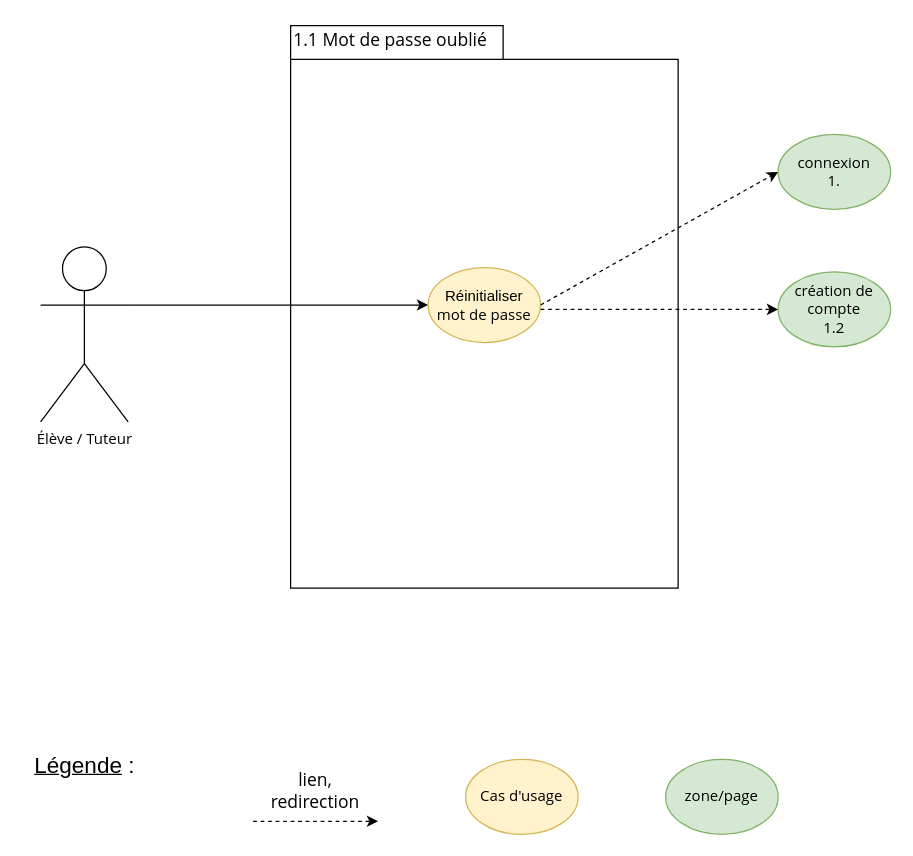
Earlier version of the draw.io diagram page "1.1 connexion mot de passe oublié" (2 of 8) of P3 - diagrammes de cas d’usage.drawio (GDSDC/OpenclassroomsProject-P3). Source tidied: cells renumbered, new cells numbered last; positions are measured from the earlier drawing's top-left corner, leaving out a move shared by most shapes. Both pictures are drawn from the tidied source at 125%, with x=0, y=0 at pixel (21, 21).
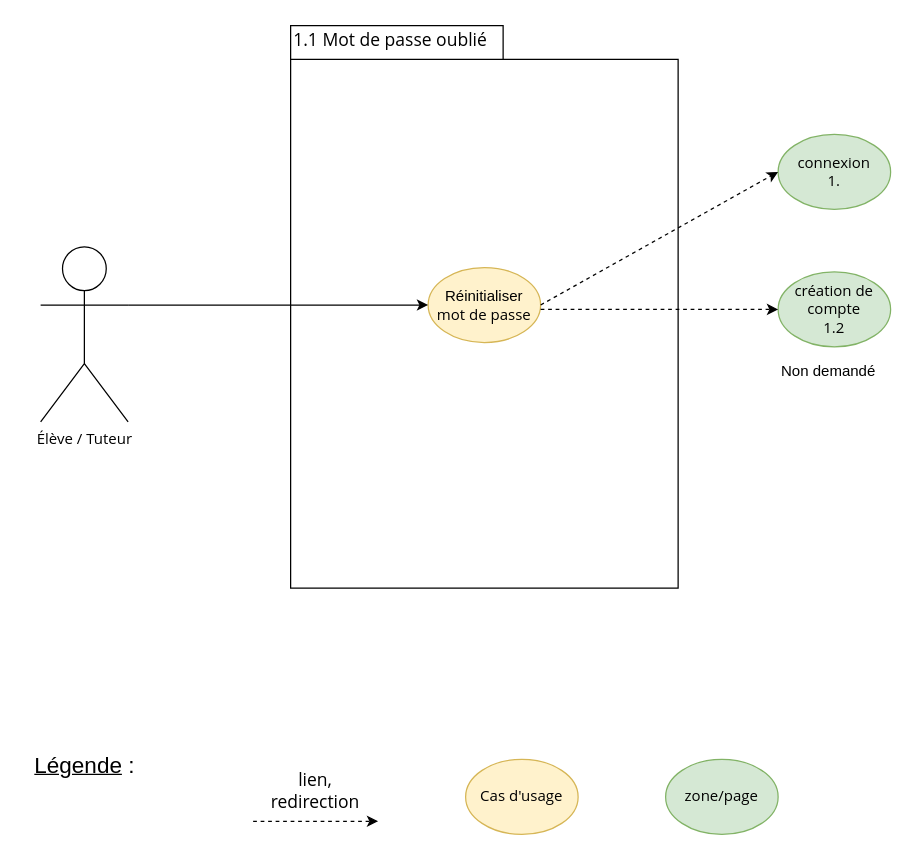
After the change.

Change to the diagram source:
```diff
@@
 <mxGraphModel>
   <root>
     <mxCell id="0" />
     <mxCell id="1" parent="0" />
     <mxCell id="2" value="Élève / Tuteur" style="shape=umlActor;verticalLabelPosition=bottom;verticalAlign=top;html=1;outlineConnect=0;fontFamily=Open Sans;" parent="1" vertex="1">
       <mxGeometry x="15" y="180" width="70" height="140" as="geometry" />
     </mxCell>
     <mxCell id="3" style="endArrow=classic;html=1;rounded=0;fontFamily=Open Sans;fontSize=13;dashed=1;" parent="1" edge="1">
       <mxGeometry relative="1" as="geometry">
         <mxPoint x="185" y="639.5" as="sourcePoint" />
         <mxPoint x="285" y="639.5" as="targetPoint" />
       </mxGeometry>
     </mxCell>
     <mxCell id="4" value="lien, redirection" style="text;html=1;strokeColor=none;fillColor=none;align=center;verticalAlign=middle;whiteSpace=wrap;rounded=0;fontFamily=Open Sans;fontSize=14;" parent="1" vertex="1">
       <mxGeometry x="205" y="599.5" width="60" height="30" as="geometry" />
     </mxCell>
     <mxCell id="5" value="Cas d'usage" style="ellipse;whiteSpace=wrap;html=1;fontFamily=Open Sans;verticalAlign=middle;fillColor=#fff2cc;strokeColor=#d6b656;" parent="1" vertex="1">
       <mxGeometry x="355" y="590" width="90" height="60" as="geometry" />
     </mxCell>
     <mxCell id="6" value="zone/page" style="ellipse;whiteSpace=wrap;html=1;fontFamily=Open Sans;verticalAlign=middle;fillColor=#d5e8d4;strokeColor=#82b366;" parent="1" vertex="1">
       <mxGeometry x="515" y="590" width="90" height="60" as="geometry" />
     </mxCell>
     <mxCell id="7" value="&lt;u style=&quot;font-size: 18px;&quot;&gt;Légende&lt;/u&gt; :" style="text;html=1;align=center;verticalAlign=middle;strokeColor=none;fillColor=none;fontSize=18;" parent="1" vertex="1">
       <mxGeometry y="580" width="100" height="30" as="geometry" />
     </mxCell>
     <mxCell id="8" style="group;" parent="1" vertex="1">
       <mxGeometry x="215" width="310" height="453" as="geometry" />
     </mxCell>
     <mxCell id="9" style="shape=folder;fontStyle=1;spacingTop=10;tabWidth=170;tabHeight=27;tabPosition=left;html=1;align=left;verticalAlign=top;" parent="8" vertex="1">
       <mxGeometry y="3" width="310" height="450" as="geometry" />
     </mxCell>
     <mxCell id="10" value="1.1 Mot de passe oublié" style="text;html=1;strokeColor=none;fillColor=none;align=center;verticalAlign=middle;whiteSpace=wrap;rounded=0;fontFamily=Open Sans;fontSize=14;" parent="8" vertex="1">
       <mxGeometry width="160" height="30" as="geometry" />
     </mxCell>
     <mxCell id="11" value="&lt;span id=&quot;docs-internal-guid-87a97179-7fff-c479-6de7-f2c82aa91268&quot;&gt;&lt;span style=&quot;font-size: 9pt ; font-family: &amp;#34;arial&amp;#34; ; background-color: transparent ; vertical-align: baseline&quot;&gt;Réinitialiser&lt;/span&gt;&lt;/span&gt;&lt;br&gt;mot de passe" style="ellipse;whiteSpace=wrap;html=1;fontFamily=Open Sans;verticalAlign=middle;fillColor=#fff2cc;strokeColor=#d6b656;" parent="8" vertex="1">
       <mxGeometry x="110" y="196.5" width="90" height="60" as="geometry" />
     </mxCell>
     <mxCell id="12" style="endArrow=classic;html=1;rounded=0;fontSize=18;entryX=0;entryY=0.5;entryDx=0;entryDy=0;exitX=1;exitY=0.3333333333333333;exitDx=0;exitDy=0;exitPerimeter=0;" parent="1" edge="1" source="2" target="11">
       <mxGeometry relative="1" as="geometry" />
     </mxCell>
     <mxCell id="13" value="connexion&lt;br&gt;1." style="ellipse;whiteSpace=wrap;html=1;fontFamily=Open Sans;verticalAlign=middle;fillColor=#d5e8d4;strokeColor=#82b366;" parent="1" vertex="1">
       <mxGeometry x="605" y="90" width="90" height="60" as="geometry" />
     </mxCell>
     <mxCell id="14" style="endArrow=classic;html=1;rounded=0;fontSize=18;entryX=0;entryY=0.5;entryDx=0;entryDy=0;exitX=1;exitY=0.5;exitDx=0;exitDy=0;dashed=1;" parent="1" edge="1" source="11" target="13">
       <mxGeometry relative="1" as="geometry" />
     </mxCell>
     <mxCell id="15" value="création de compte&lt;br&gt;1.2" style="ellipse;whiteSpace=wrap;html=1;fontFamily=Open Sans;verticalAlign=middle;fillColor=#d5e8d4;strokeColor=#82b366;" parent="1" vertex="1">
       <mxGeometry x="605" y="200" width="90" height="60" as="geometry" />
     </mxCell>
     <mxCell id="16" style="endArrow=classic;html=1;rounded=0;fontSize=18;entryX=0;entryY=0.5;entryDx=0;entryDy=0;dashed=1;" parent="1" edge="1" target="15">
       <mxGeometry relative="1" as="geometry">
         <mxPoint x="415" y="230" as="sourcePoint" />
       </mxGeometry>
     </mxCell>
+    <mxCell id="17" value="Non demandé" style="text;html=1;align=center;verticalAlign=middle;strokeColor=none;fillColor=none;" parent="1" vertex="1">
+      <mxGeometry x="600" y="270" width="90" height="20" as="geometry" />
+    </mxCell>
   </root>
 </mxGraphModel>
```
